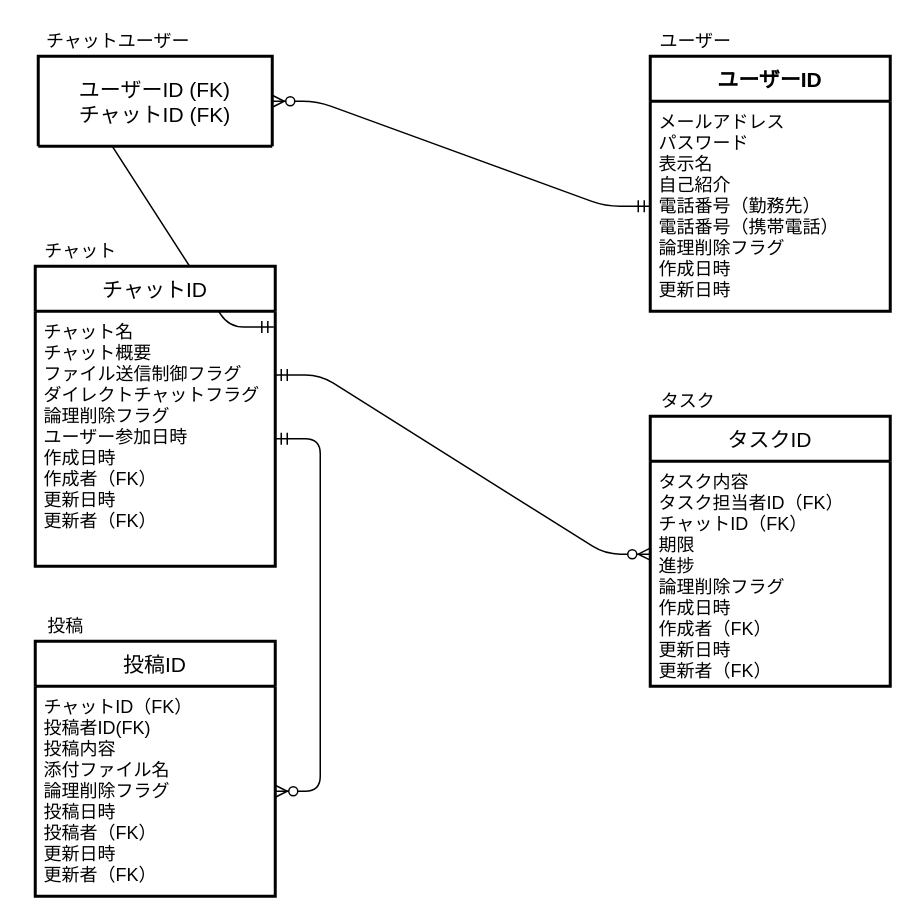
This is db/db-challenge1/db-challenge1.drawio from labotinc/quelcode-db, a draw.io file, before an edit. Source tidied: cells renumbered, new cells numbered last; positions are measured from the earlier drawing's top-left corner, leaving out a move shared by most shapes. Both pictures are drawn from the tidied source at 150%, with x=0, y=0 at pixel (34, 26).
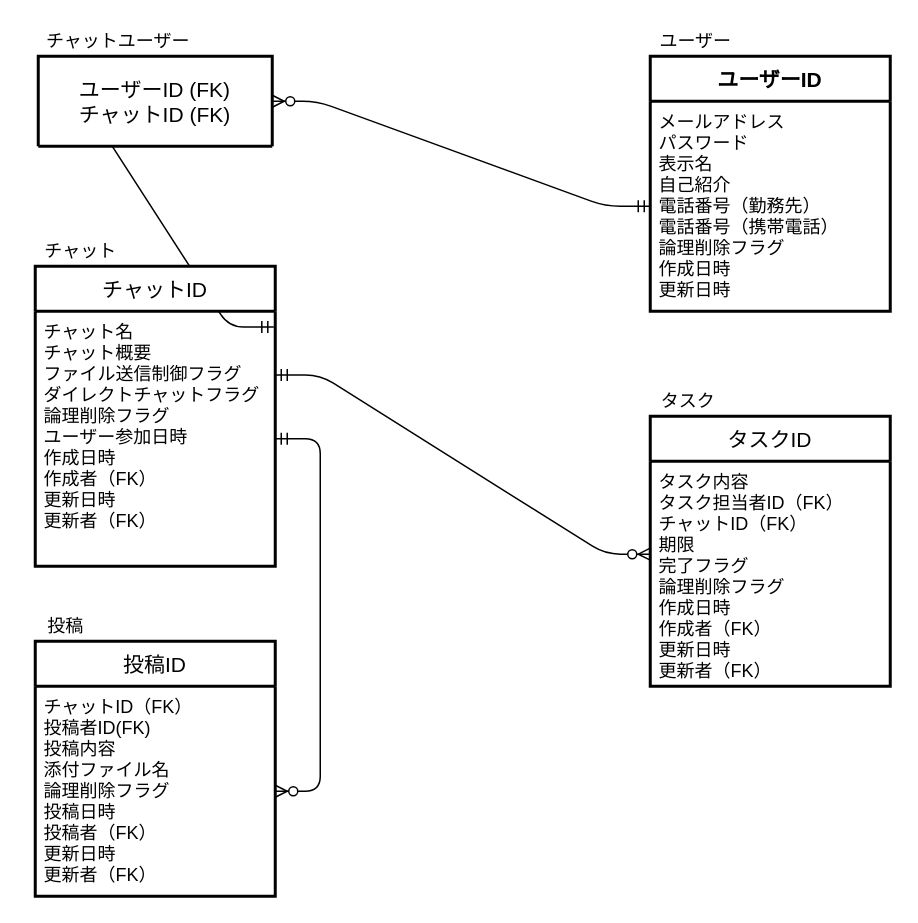
Above is the later version.

Commit message:
進捗→完了フラグへ変更

The edit, as a diff of the source:
```diff
@@
 <mxGraphModel>
   <root>
     <mxCell id="0" />
     <mxCell id="1" parent="0" />
     <mxCell id="2" style="edgeStyle=entityRelationEdgeStyle;fontSize=12;html=1;endArrow=ERzeroToMany;startArrow=ERmandOne;" parent="1" edge="1" source="17" target="7">
       <mxGeometry relative="1" as="geometry" />
     </mxCell>
     <mxCell id="3" style="edgeStyle=entityRelationEdgeStyle;fontSize=12;html=1;endArrow=ERoneToMany;startArrow=ERmandOne;entryX=0;entryY=0.5;entryDx=0;entryDy=0;exitX=0.994;exitY=0.062;exitDx=0;exitDy=0;exitPerimeter=0;" parent="1" edge="1" source="5" target="7">
       <mxGeometry relative="1" as="geometry" />
     </mxCell>
     <mxCell id="4" value="チャットID" style="swimlane;horizontal=1;startSize=30;rounded=1;fontSize=14;fontStyle=0;strokeWidth=2;shadow=0;dashed=0;align=center;arcSize=0;" parent="1" vertex="1">
       <mxGeometry y="160" width="160" height="200" as="geometry" />
     </mxCell>
     <mxCell id="5" value="チャット名&#10;チャット概要&#10;ファイル送信制御フラグ&#10;ダイレクトチャットフラグ&#10;論理削除フラグ&#10;ユーザー参加日時&#10;作成日時&#10;作成者（FK）&#10;更新日時&#10;更新者（FK）" style="align=left;strokeColor=none;fillColor=none;spacingLeft=4;fontSize=12;verticalAlign=top;" parent="4" vertex="1">
       <mxGeometry y="30" width="160" height="170" as="geometry" />
     </mxCell>
     <mxCell id="6" style="edgeStyle=entityRelationEdgeStyle;fontSize=12;html=1;endArrow=ERzeroToMany;startArrow=ERmandOne;" parent="1" edge="1" source="5" target="15">
       <mxGeometry relative="1" as="geometry" />
     </mxCell>
     <mxCell id="7" value="ユーザーID (FK)&#10;チャットID (FK)" style="swimlane;horizontal=1;startSize=120;rounded=1;fontSize=14;fontStyle=0;strokeWidth=2;shadow=0;dashed=0;align=center;arcSize=0;" parent="1" vertex="1">
       <mxGeometry x="2" y="20" width="156" height="60" as="geometry" />
     </mxCell>
     <mxCell id="8" value="ユーザー" style="text;html=1;align=center;verticalAlign=middle;" parent="1" vertex="1">
       <mxGeometry x="410" width="60" height="20" as="geometry" />
     </mxCell>
     <mxCell id="9" value="投稿" style="text;html=1;align=center;verticalAlign=middle;" parent="1" vertex="1">
       <mxGeometry y="390" width="40" height="20" as="geometry" />
     </mxCell>
     <mxCell id="10" value="チャット" style="text;html=1;align=center;verticalAlign=middle;" parent="1" vertex="1">
       <mxGeometry y="140" width="60" height="20" as="geometry" />
     </mxCell>
     <mxCell id="11" value="チャットユーザー" style="text;html=1;align=center;verticalAlign=middle;" parent="1" vertex="1">
       <mxGeometry width="110" height="20" as="geometry" />
     </mxCell>
     <mxCell id="12" value="タスク" style="text;html=1;align=center;verticalAlign=middle;" parent="1" vertex="1">
       <mxGeometry x="410" y="240" width="50" height="20" as="geometry" />
     </mxCell>
     <mxCell id="13" style="edgeStyle=entityRelationEdgeStyle;fontSize=12;html=1;endArrow=ERzeroToMany;startArrow=ERmandOne;entryX=0;entryY=0.413;entryDx=0;entryDy=0;entryPerimeter=0;exitX=1;exitY=0.25;exitDx=0;exitDy=0;" parent="1" edge="1" source="5" target="19">
       <mxGeometry relative="1" as="geometry" />
     </mxCell>
     <mxCell id="14" value="投稿ID" style="swimlane;horizontal=1;startSize=30;rounded=1;fontSize=14;fontStyle=0;strokeWidth=2;shadow=0;dashed=0;align=center;arcSize=0;" parent="1" vertex="1">
       <mxGeometry y="410" width="160" height="170" as="geometry" />
     </mxCell>
     <mxCell id="15" value="チャットID（FK）&#10;投稿者ID(FK)&#10;投稿内容&#10;添付ファイル名&#10;論理削除フラグ&#10;投稿日時&#10;投稿者（FK）&#10;更新日時&#10;更新者（FK）" style="align=left;strokeColor=none;fillColor=none;spacingLeft=4;fontSize=12;verticalAlign=top;" parent="14" vertex="1">
       <mxGeometry y="30" width="160" height="140" as="geometry" />
     </mxCell>
     <mxCell id="16" value="ユーザーID" style="swimlane;horizontal=1;startSize=30;rounded=1;fontSize=14;fontStyle=1;strokeWidth=2;shadow=0;dashed=0;align=center;arcSize=0;" parent="1" vertex="1">
       <mxGeometry x="410" y="20" width="160" height="170" as="geometry" />
     </mxCell>
     <mxCell id="17" value="メールアドレス&#10;パスワード&#10;表示名&#10;自己紹介&#10;電話番号（勤務先）&#10;電話番号（携帯電話）&#10;論理削除フラグ&#10;作成日時&#10;更新日時&#10;" style="align=left;strokeColor=none;fillColor=none;spacingLeft=4;fontSize=12;verticalAlign=top;" parent="16" vertex="1">
       <mxGeometry y="30" width="160" height="140" as="geometry" />
     </mxCell>
     <mxCell id="18" value="タスクID" style="swimlane;horizontal=1;startSize=30;rounded=1;fontSize=14;fontStyle=0;strokeWidth=2;shadow=0;dashed=0;align=center;arcSize=0;" parent="1" vertex="1">
       <mxGeometry x="410" y="260" width="160" height="180" as="geometry" />
     </mxCell>
-    <mxCell id="19" value="タスク内容&#10;タスク担当者ID（FK）&#10;チャットID（FK）&#10;期限&#10;進捗&#10;論理削除フラグ&#10;作成日時&#10;作成者（FK）&#10;更新日時&#10;更新者（FK）&#10;" style="align=left;strokeColor=none;fillColor=none;spacingLeft=4;fontSize=12;verticalAlign=top;" parent="18" vertex="1">
+    <mxCell id="19" value="タスク内容&#10;タスク担当者ID（FK）&#10;チャットID（FK）&#10;期限&#10;完了フラグ&#10;論理削除フラグ&#10;作成日時&#10;作成者（FK）&#10;更新日時&#10;更新者（FK）&#10;" style="align=left;strokeColor=none;fillColor=none;spacingLeft=4;fontSize=12;verticalAlign=top;" parent="18" vertex="1">
       <mxGeometry y="30" width="160" height="150" as="geometry" />
     </mxCell>
   </root>
 </mxGraphModel>
```
